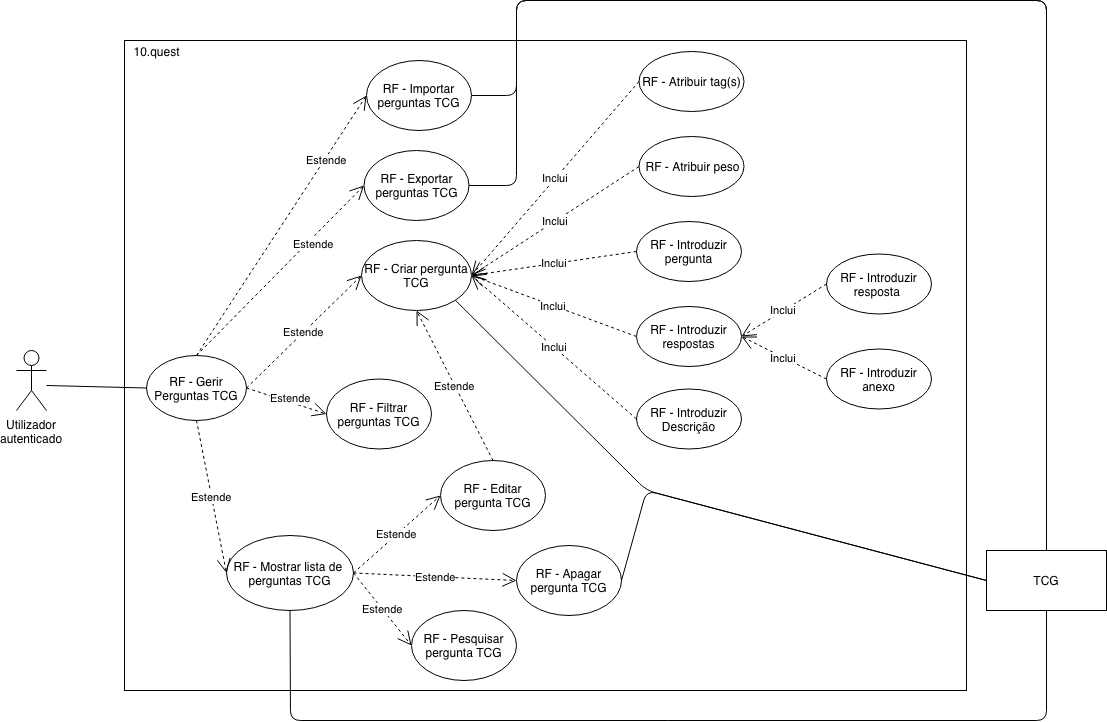
Earlier version of the draw.io export img/rf/gerir-perguntas-tcg.png (BrunoGrifo/Tese). Source tidied: cells renumbered, new cells last; positions are measured from the earlier drawing's top-left corner, leaving out a move shared by most shapes.
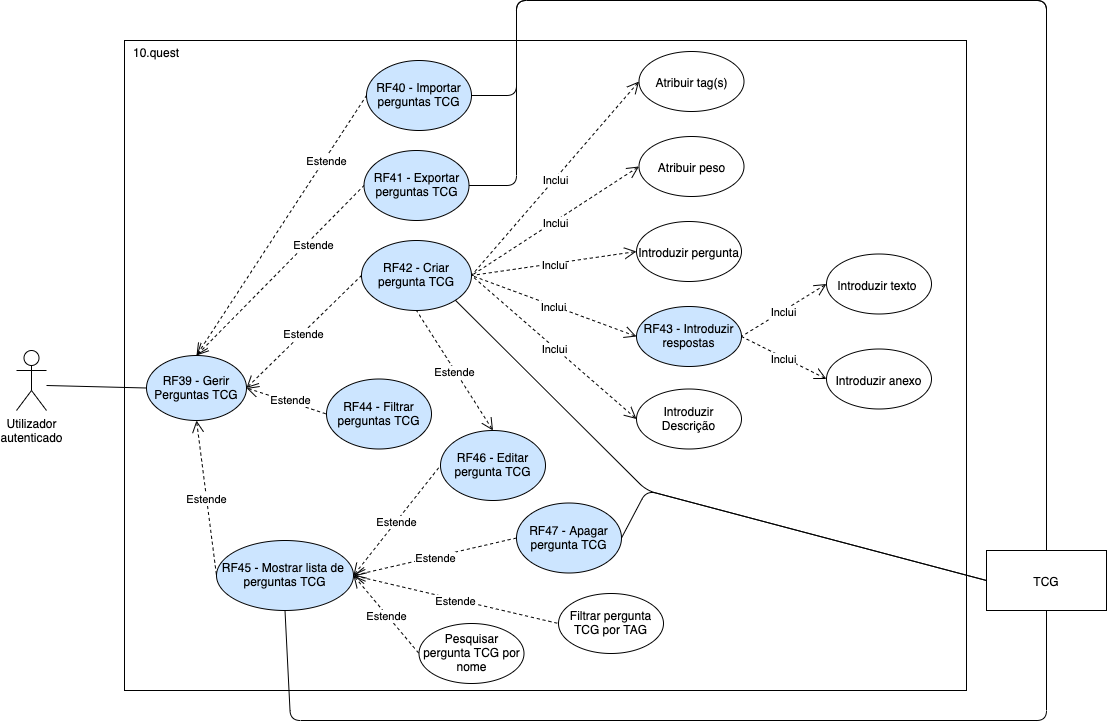
Above is the later version.

The edit, as a diff of the source:
```diff
@@ -16,100 +16,100 @@
     <mxCell id="5" value="10.quest" style="text;html=1;strokeColor=none;fillColor=none;align=center;verticalAlign=middle;whiteSpace=wrap;rounded=0;" parent="1" vertex="1">
       <mxGeometry x="120" y="41" width="40" height="20" as="geometry" />
     </mxCell>
-    <mxCell id="6" value="RF - Gerir&lt;br&gt;Perguntas TCG" style="ellipse;whiteSpace=wrap;html=1;" parent="1" vertex="1">
+    <mxCell id="6" value="RF39 - Gerir&lt;br&gt;Perguntas TCG" style="ellipse;whiteSpace=wrap;html=1;fillColor=#CCE5FF;" parent="1" vertex="1">
       <mxGeometry x="130" y="355" width="100" height="65" as="geometry" />
     </mxCell>
-    <mxCell id="7" value="RF - Mostrar lista de&amp;nbsp;&lt;br&gt;perguntas TCG" style="ellipse;whiteSpace=wrap;html=1;" parent="1" vertex="1">
-      <mxGeometry x="210" y="535" width="127" height="75" as="geometry" />
+    <mxCell id="7" value="RF45 - Mostrar lista de&amp;nbsp;&lt;br&gt;perguntas TCG" style="ellipse;whiteSpace=wrap;html=1;fillColor=#CCE5FF;" parent="1" vertex="1">
+      <mxGeometry x="200" y="540" width="137" height="70" as="geometry" />
     </mxCell>
-    <mxCell id="8" value="Estende" style="endArrow=open;endSize=12;dashed=1;html=1;entryX=0;entryY=0.5;entryDx=0;entryDy=0;exitX=0.5;exitY=1;exitDx=0;exitDy=0;" parent="1" edge="1" source="6" target="7">
+    <mxCell id="8" value="Estende" style="endArrow=none;endSize=12;dashed=1;html=1;entryX=0;entryY=0.5;entryDx=0;entryDy=0;exitX=0.5;exitY=1;exitDx=0;exitDy=0;startArrow=open;startFill=0;endFill=0;startSize=10;" parent="1" edge="1" source="6" target="7">
       <mxGeometry relative="1" as="geometry" />
     </mxCell>
-    <mxCell id="9" value="RF - Apagar pergunta TCG" style="ellipse;whiteSpace=wrap;html=1;" parent="1" vertex="1">
-      <mxGeometry x="500" y="545" width="105" height="70" as="geometry" />
+    <mxCell id="9" value="RF47 - Apagar pergunta TCG" style="ellipse;whiteSpace=wrap;html=1;fillColor=#CCE5FF;" parent="1" vertex="1">
+      <mxGeometry x="500" y="502.5" width="105" height="70" as="geometry" />
     </mxCell>
-    <mxCell id="10" value="RF - Editar pergunta TCG" style="ellipse;whiteSpace=wrap;html=1;" parent="1" vertex="1">
-      <mxGeometry x="424" y="460" width="105" height="70" as="geometry" />
+    <mxCell id="10" value="RF46 - Editar pergunta TCG" style="ellipse;whiteSpace=wrap;html=1;fillColor=#CCE5FF;" parent="1" vertex="1">
+      <mxGeometry x="424" y="430" width="105" height="70" as="geometry" />
     </mxCell>
-    <mxCell id="11" value="RF - Pesquisar pergunta TCG" style="ellipse;whiteSpace=wrap;html=1;" parent="1" vertex="1">
-      <mxGeometry x="395" y="610" width="105" height="70" as="geometry" />
+    <mxCell id="11" value="Pesquisar pergunta TCG por nome" style="ellipse;whiteSpace=wrap;html=1;" parent="1" vertex="1">
+      <mxGeometry x="402.5" y="623" width="105" height="60" as="geometry" />
     </mxCell>
-    <mxCell id="12" value="RF - Criar pergunta TCG" style="ellipse;whiteSpace=wrap;html=1;" parent="1" vertex="1">
+    <mxCell id="12" value="RF42 - Criar pergunta TCG" style="ellipse;whiteSpace=wrap;html=1;fillColor=#CCE5FF;" parent="1" vertex="1">
       <mxGeometry x="345" y="240" width="110" height="70" as="geometry" />
     </mxCell>
-    <mxCell id="13" value="Estende" style="endArrow=open;endSize=12;dashed=1;html=1;entryX=0;entryY=0.5;entryDx=0;entryDy=0;exitX=1;exitY=0.5;exitDx=0;exitDy=0;" parent="1" edge="1" source="6" target="12">
+    <mxCell id="13" value="Estende" style="endArrow=none;endSize=12;dashed=1;html=1;entryX=0;entryY=0.5;entryDx=0;entryDy=0;exitX=1;exitY=0.5;exitDx=0;exitDy=0;startArrow=open;startFill=0;endFill=0;startSize=10;" parent="1" edge="1" source="6" target="12">
       <mxGeometry relative="1" as="geometry" />
     </mxCell>
-    <mxCell id="14" value="Estende" style="endArrow=open;endSize=12;dashed=1;html=1;entryX=0;entryY=0.5;entryDx=0;entryDy=0;exitX=1;exitY=0.5;exitDx=0;exitDy=0;" parent="1" edge="1" source="7" target="9">
+    <mxCell id="14" value="Estende" style="endArrow=none;endSize=12;dashed=1;html=1;entryX=0;entryY=0.5;entryDx=0;entryDy=0;exitX=1;exitY=0.5;exitDx=0;exitDy=0;startArrow=open;startFill=0;endFill=0;startSize=10;" parent="1" edge="1" source="7" target="9">
       <mxGeometry relative="1" as="geometry" />
     </mxCell>
-    <mxCell id="15" value="Estende" style="endArrow=open;endSize=12;dashed=1;html=1;entryX=0;entryY=0.5;entryDx=0;entryDy=0;exitX=1;exitY=0.5;exitDx=0;exitDy=0;" parent="1" edge="1" source="7" target="10">
+    <mxCell id="15" value="Estende" style="endArrow=none;endSize=12;dashed=1;html=1;entryX=0;entryY=0.5;entryDx=0;entryDy=0;exitX=1;exitY=0.5;exitDx=0;exitDy=0;startArrow=open;startFill=0;endFill=0;startSize=10;" parent="1" edge="1" source="7" target="10">
       <mxGeometry relative="1" as="geometry" />
     </mxCell>
-    <mxCell id="16" value="Estende" style="endArrow=open;endSize=12;dashed=1;html=1;entryX=0;entryY=0.5;entryDx=0;entryDy=0;exitX=1;exitY=0.5;exitDx=0;exitDy=0;" parent="1" edge="1" source="7" target="11">
+    <mxCell id="16" value="Estende" style="endArrow=none;endSize=12;dashed=1;html=1;entryX=0;entryY=0.5;entryDx=0;entryDy=0;exitX=1;exitY=0.5;exitDx=0;exitDy=0;startArrow=open;startFill=0;endFill=0;startSize=10;" parent="1" edge="1" source="7" target="11">
       <mxGeometry relative="1" as="geometry" />
     </mxCell>
-    <mxCell id="17" value="Estende" style="endArrow=open;endSize=12;dashed=1;html=1;entryX=0;entryY=0.5;entryDx=0;entryDy=0;exitX=0.5;exitY=0;exitDx=0;exitDy=0;" parent="1" edge="1" source="6" target="18">
+    <mxCell id="17" value="Estende" style="endArrow=none;endSize=12;dashed=1;html=1;entryX=0;entryY=0.5;entryDx=0;entryDy=0;exitX=0.5;exitY=0;exitDx=0;exitDy=0;startArrow=open;startFill=0;endFill=0;startSize=10;" parent="1" edge="1" source="6" target="18">
       <mxGeometry x="0.51" y="-2" relative="1" as="geometry" />
     </mxCell>
-    <mxCell id="18" value="RF - Importar perguntas TCG" style="ellipse;whiteSpace=wrap;html=1;" parent="1" vertex="1">
+    <mxCell id="18" value="RF40 - Importar perguntas TCG" style="ellipse;whiteSpace=wrap;html=1;fillColor=#CCE5FF;" parent="1" vertex="1">
       <mxGeometry x="350" y="60" width="105" height="70" as="geometry" />
     </mxCell>
-    <mxCell id="19" value="RF - Exportar perguntas TCG" style="ellipse;whiteSpace=wrap;html=1;" parent="1" vertex="1">
+    <mxCell id="19" value="RF41 - Exportar perguntas TCG" style="ellipse;whiteSpace=wrap;html=1;fillColor=#CCE5FF;" parent="1" vertex="1">
       <mxGeometry x="347.5" y="150" width="105" height="70" as="geometry" />
     </mxCell>
-    <mxCell id="20" value="Estende" style="endArrow=open;endSize=12;dashed=1;html=1;entryX=0;entryY=0.5;entryDx=0;entryDy=0;exitX=0.5;exitY=0;exitDx=0;exitDy=0;" parent="1" edge="1" source="6" target="19">
+    <mxCell id="20" value="Estende" style="endArrow=none;endSize=12;dashed=1;html=1;entryX=0;entryY=0.5;entryDx=0;entryDy=0;exitX=0.5;exitY=0;exitDx=0;exitDy=0;startArrow=open;startFill=0;endFill=0;startSize=10;" parent="1" edge="1" source="6" target="19">
       <mxGeometry x="0.36" y="-5" relative="1" as="geometry" />
     </mxCell>
-    <mxCell id="21" value="RF - Filtrar perguntas TCG" style="ellipse;whiteSpace=wrap;html=1;" parent="1" vertex="1">
+    <mxCell id="21" value="RF44 - Filtrar perguntas TCG" style="ellipse;whiteSpace=wrap;html=1;fillColor=#CCE5FF;" parent="1" vertex="1">
       <mxGeometry x="310" y="378.5" width="105" height="70" as="geometry" />
     </mxCell>
-    <mxCell id="22" value="RF - Atribuir tag(s)" style="ellipse;whiteSpace=wrap;html=1;" parent="1" vertex="1">
+    <mxCell id="22" value="Atribuir tag(s)" style="ellipse;whiteSpace=wrap;html=1;" parent="1" vertex="1">
       <mxGeometry x="622.5" y="51" width="105" height="60" as="geometry" />
     </mxCell>
-    <mxCell id="23" value="Estende" style="endArrow=open;endSize=12;dashed=1;html=1;entryX=0;entryY=0.5;entryDx=0;entryDy=0;exitX=1;exitY=0.5;exitDx=0;exitDy=0;" parent="1" edge="1" source="6" target="21">
+    <mxCell id="23" value="Estende" style="endArrow=none;endSize=12;dashed=1;html=1;entryX=0;entryY=0.5;entryDx=0;entryDy=0;exitX=1;exitY=0.5;exitDx=0;exitDy=0;startArrow=open;startFill=0;endFill=0;startSize=10;" parent="1" edge="1" source="6" target="21">
       <mxGeometry x="0.06" y="4" relative="1" as="geometry" />
     </mxCell>
-    <mxCell id="24" value="RF - Introduzir pergunta" style="ellipse;whiteSpace=wrap;html=1;" parent="1" vertex="1">
+    <mxCell id="24" value="Introduzir pergunta" style="ellipse;whiteSpace=wrap;html=1;" parent="1" vertex="1">
       <mxGeometry x="620" y="221" width="105" height="60" as="geometry" />
     </mxCell>
-    <mxCell id="25" value="RF - Introduzir resposta&amp;nbsp;" style="ellipse;whiteSpace=wrap;html=1;" parent="1" vertex="1">
+    <mxCell id="25" value="Introduzir texto&amp;nbsp;" style="ellipse;whiteSpace=wrap;html=1;" parent="1" vertex="1">
       <mxGeometry x="810" y="253.5" width="105" height="60" as="geometry" />
     </mxCell>
-    <mxCell id="26" value="RF - Introduzir anexo" style="ellipse;whiteSpace=wrap;html=1;" parent="1" vertex="1">
+    <mxCell id="26" value="Introduzir anexo" style="ellipse;whiteSpace=wrap;html=1;" parent="1" vertex="1">
       <mxGeometry x="810" y="348.5" width="105" height="60" as="geometry" />
     </mxCell>
-    <mxCell id="27" value="RF - Introduzir respostas" style="ellipse;whiteSpace=wrap;html=1;" parent="1" vertex="1">
+    <mxCell id="27" value="RF43 - Introduzir respostas" style="ellipse;whiteSpace=wrap;html=1;fillColor=#CCE5FF;" parent="1" vertex="1">
       <mxGeometry x="620" y="306" width="105" height="60" as="geometry" />
     </mxCell>
-    <mxCell id="28" value="Inclui" style="endArrow=open;endSize=12;dashed=1;html=1;exitX=0;exitY=0.5;exitDx=0;exitDy=0;entryX=1;entryY=0.5;entryDx=0;entryDy=0;" parent="1" edge="1" source="25" target="27">
+    <mxCell id="28" value="Inclui" style="endArrow=none;endSize=12;dashed=1;html=1;exitX=0;exitY=0.5;exitDx=0;exitDy=0;entryX=1;entryY=0.5;entryDx=0;entryDy=0;startArrow=open;startFill=0;endFill=0;startSize=10;" parent="1" edge="1" source="25" target="27">
       <mxGeometry relative="1" as="geometry" />
     </mxCell>
-    <mxCell id="29" value="Inclui" style="endArrow=open;endSize=12;dashed=1;html=1;exitX=0;exitY=0.5;exitDx=0;exitDy=0;entryX=1;entryY=0.5;entryDx=0;entryDy=0;" parent="1" edge="1" source="26" target="27">
+    <mxCell id="29" value="Inclui" style="endArrow=none;endSize=12;dashed=1;html=1;exitX=0;exitY=0.5;exitDx=0;exitDy=0;entryX=1;entryY=0.5;entryDx=0;entryDy=0;startArrow=open;startFill=0;endFill=0;startSize=10;" parent="1" edge="1" source="26" target="27">
       <mxGeometry relative="1" as="geometry" />
     </mxCell>
-    <mxCell id="30" value="Inclui" style="endArrow=open;endSize=12;dashed=1;html=1;exitX=0;exitY=0.5;exitDx=0;exitDy=0;entryX=1;entryY=0.5;entryDx=0;entryDy=0;" parent="1" edge="1" source="22" target="12">
+    <mxCell id="30" value="Inclui" style="endArrow=none;endSize=12;dashed=1;html=1;exitX=0;exitY=0.5;exitDx=0;exitDy=0;entryX=1;entryY=0.5;entryDx=0;entryDy=0;startArrow=open;startFill=0;endFill=0;startSize=10;" parent="1" edge="1" source="22" target="12">
       <mxGeometry relative="1" as="geometry" />
     </mxCell>
-    <mxCell id="31" value="Inclui" style="endArrow=open;endSize=12;dashed=1;html=1;exitX=0;exitY=0.5;exitDx=0;exitDy=0;entryX=1;entryY=0.5;entryDx=0;entryDy=0;" parent="1" edge="1" source="24" target="12">
+    <mxCell id="31" value="Inclui" style="endArrow=none;endSize=12;dashed=1;html=1;exitX=0;exitY=0.5;exitDx=0;exitDy=0;entryX=1;entryY=0.5;entryDx=0;entryDy=0;startArrow=open;startFill=0;endFill=0;startSize=10;" parent="1" edge="1" source="24" target="12">
       <mxGeometry relative="1" as="geometry" />
     </mxCell>
-    <mxCell id="32" value="Inclui" style="endArrow=open;endSize=12;dashed=1;html=1;exitX=0;exitY=0.5;exitDx=0;exitDy=0;entryX=1;entryY=0.5;entryDx=0;entryDy=0;" parent="1" edge="1" source="27" target="12">
+    <mxCell id="32" value="Inclui" style="endArrow=none;endSize=12;dashed=1;html=1;exitX=0;exitY=0.5;exitDx=0;exitDy=0;entryX=1;entryY=0.5;entryDx=0;entryDy=0;startArrow=open;startFill=0;endFill=0;startSize=10;" parent="1" edge="1" source="27" target="12">
       <mxGeometry relative="1" as="geometry" />
     </mxCell>
-    <mxCell id="33" value="RF - Atribuir peso" style="ellipse;whiteSpace=wrap;html=1;" parent="1" vertex="1">
+    <mxCell id="33" value="Atribuir peso" style="ellipse;whiteSpace=wrap;html=1;" parent="1" vertex="1">
       <mxGeometry x="622.5" y="136" width="105" height="60" as="geometry" />
     </mxCell>
-    <mxCell id="34" value="Inclui" style="endArrow=open;endSize=12;dashed=1;html=1;exitX=0;exitY=0.5;exitDx=0;exitDy=0;entryX=1;entryY=0.5;entryDx=0;entryDy=0;" parent="1" edge="1" source="33" target="12">
+    <mxCell id="34" value="Inclui" style="endArrow=none;endSize=12;dashed=1;html=1;exitX=0;exitY=0.5;exitDx=0;exitDy=0;entryX=1;entryY=0.5;entryDx=0;entryDy=0;startArrow=open;startFill=0;endFill=0;startSize=10;" parent="1" edge="1" source="33" target="12">
       <mxGeometry relative="1" as="geometry" />
     </mxCell>
-    <mxCell id="35" value="RF - Introduzir Descrição" style="ellipse;whiteSpace=wrap;html=1;" parent="1" vertex="1">
+    <mxCell id="35" value="Introduzir Descrição" style="ellipse;whiteSpace=wrap;html=1;" parent="1" vertex="1">
       <mxGeometry x="620" y="388.5" width="105" height="60" as="geometry" />
     </mxCell>
-    <mxCell id="36" value="Inclui" style="endArrow=open;endSize=12;dashed=1;html=1;exitX=0;exitY=0.5;exitDx=0;exitDy=0;entryX=1;entryY=0.5;entryDx=0;entryDy=0;" parent="1" edge="1" source="35" target="12">
+    <mxCell id="36" value="Inclui" style="endArrow=none;endSize=12;dashed=1;html=1;exitX=0;exitY=0.5;exitDx=0;exitDy=0;entryX=1;entryY=0.5;entryDx=0;entryDy=0;startArrow=open;startFill=0;endFill=0;startSize=10;" parent="1" edge="1" source="35" target="12">
       <mxGeometry relative="1" as="geometry" />
     </mxCell>
-    <mxCell id="37" value="Estende" style="endArrow=open;endSize=12;dashed=1;html=1;entryX=0.5;entryY=1;entryDx=0;entryDy=0;exitX=0.5;exitY=0;exitDx=0;exitDy=0;" parent="1" edge="1" source="10" target="12">
+    <mxCell id="37" value="Estende" style="endArrow=none;endSize=12;dashed=1;html=1;entryX=0.5;entryY=1;entryDx=0;entryDy=0;exitX=0.5;exitY=0;exitDx=0;exitDy=0;startArrow=open;startFill=0;endFill=0;startSize=10;" parent="1" edge="1" source="10" target="12">
       <mxGeometry relative="1" as="geometry" />
     </mxCell>
     <mxCell id="38" value="TCG" style="rounded=0;whiteSpace=wrap;html=1;" parent="1" vertex="1">
@@ -155,5 +155,11 @@
         </Array>
       </mxGeometry>
     </mxCell>
+    <mxCell id="44" value="Filtrar pergunta TCG por TAG" style="ellipse;whiteSpace=wrap;html=1;" parent="1" vertex="1">
+      <mxGeometry x="542" y="593" width="105" height="60" as="geometry" />
+    </mxCell>
+    <mxCell id="45" value="Estende" style="endArrow=none;endSize=12;dashed=1;html=1;entryX=0;entryY=0.5;entryDx=0;entryDy=0;exitX=1;exitY=0.5;exitDx=0;exitDy=0;startArrow=open;startFill=0;endFill=0;startSize=10;" parent="1" edge="1" source="7" target="44">
+      <mxGeometry relative="1" as="geometry" />
+    </mxCell>
   </root>
 </mxGraphModel>
```
